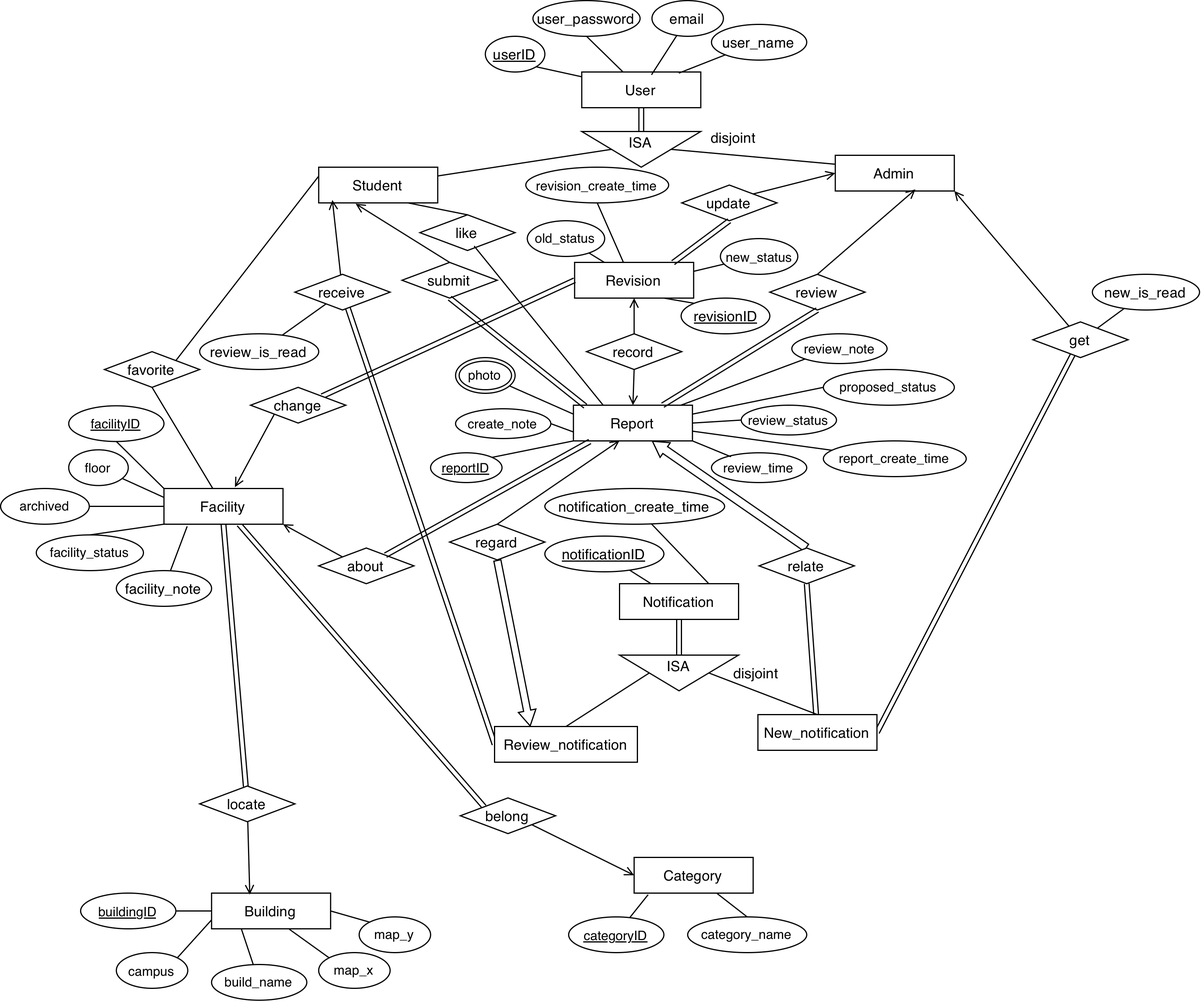
Above: database/db/ER_diagram.png in OscarXuHz/COMP3278_GP (draw.io), before the change. Source tidied: cells renumbered, new cells last; positions are measured from the earlier drawing's top-left corner, leaving out a move shared by most shapes.
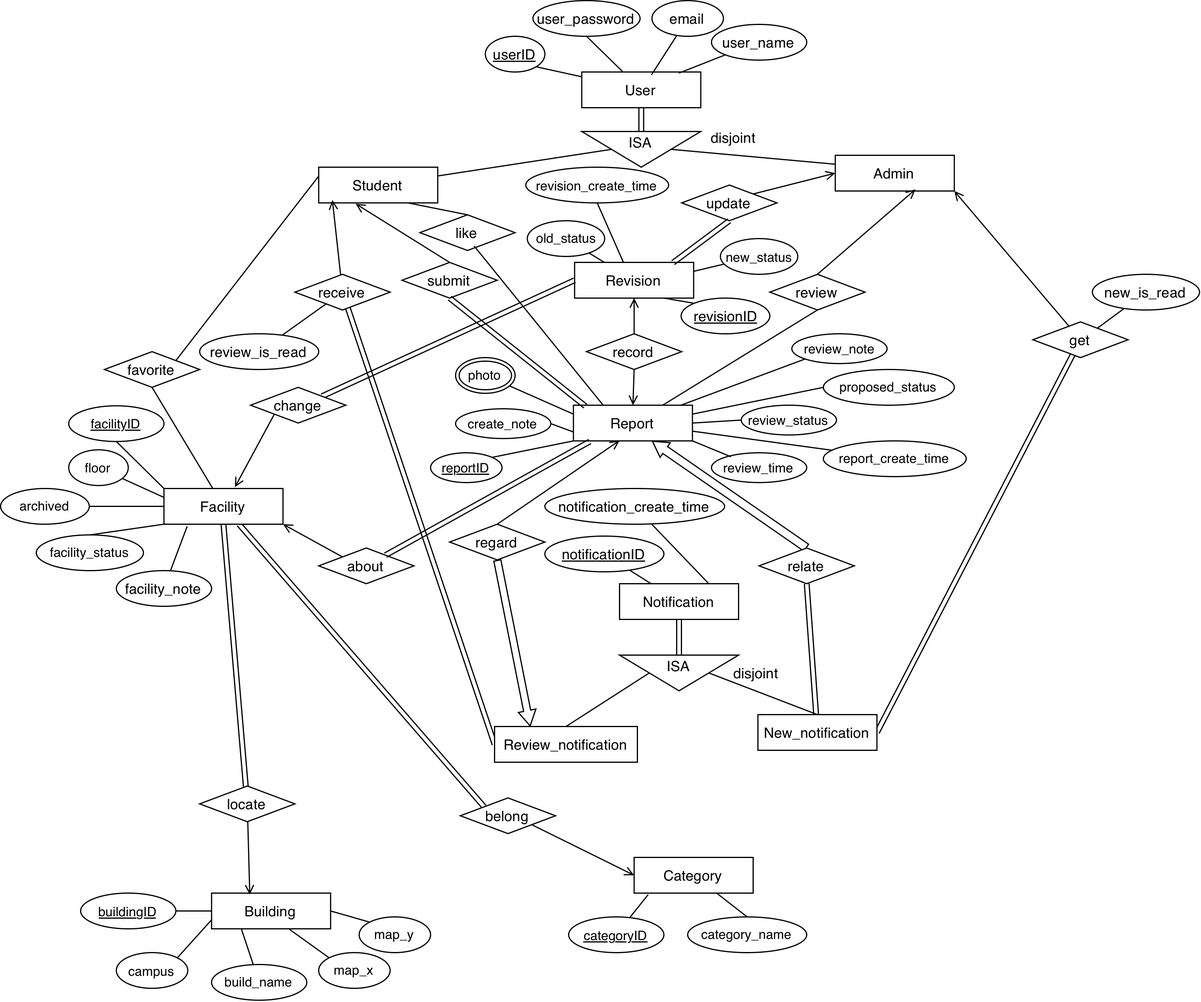
After the change.

Change to the diagram source:
```diff
@@ -92,7 +92,7 @@
     <mxCell id="31" style="edgeStyle=none;rounded=0;jettySize=auto;html=1;exitX=0.5;exitY=0;exitDx=0;exitDy=0;entryX=0.674;entryY=0.954;entryDx=0;entryDy=0;defaultLabelBackgroundColor=page;labelPadding=0 4;endArrow=open;endFill=0;entryPerimeter=0;" parent="1" edge="1" source="28" target="24">
       <mxGeometry relative="1" as="geometry" />
     </mxCell>
-    <mxCell id="32" style="edgeStyle=none;rounded=0;jettySize=auto;html=1;exitX=0.5;exitY=1;exitDx=0;exitDy=0;entryX=0.75;entryY=0;entryDx=0;entryDy=0;defaultLabelBackgroundColor=page;labelPadding=0 4;shape=link;" parent="1" edge="1" source="28" target="3">
+    <mxCell id="32" style="edgeStyle=none;rounded=0;jettySize=auto;html=1;exitX=0.5;exitY=1;exitDx=0;exitDy=0;entryX=0.75;entryY=0;entryDx=0;entryDy=0;defaultLabelBackgroundColor=page;labelPadding=0 4;endArrow=none;endFill=0;" parent="1" edge="1" source="28" target="3">
       <mxGeometry relative="1" as="geometry" />
     </mxCell>
     <mxCell id="33" style="edgeStyle=none;rounded=0;jettySize=auto;html=1;entryX=0.815;entryY=0.032;entryDx=0;entryDy=0;defaultLabelBackgroundColor=page;labelPadding=0 4;entryPerimeter=0;endArrow=none;endFill=0;" parent="1" edge="1" source="34" target="20">
```
